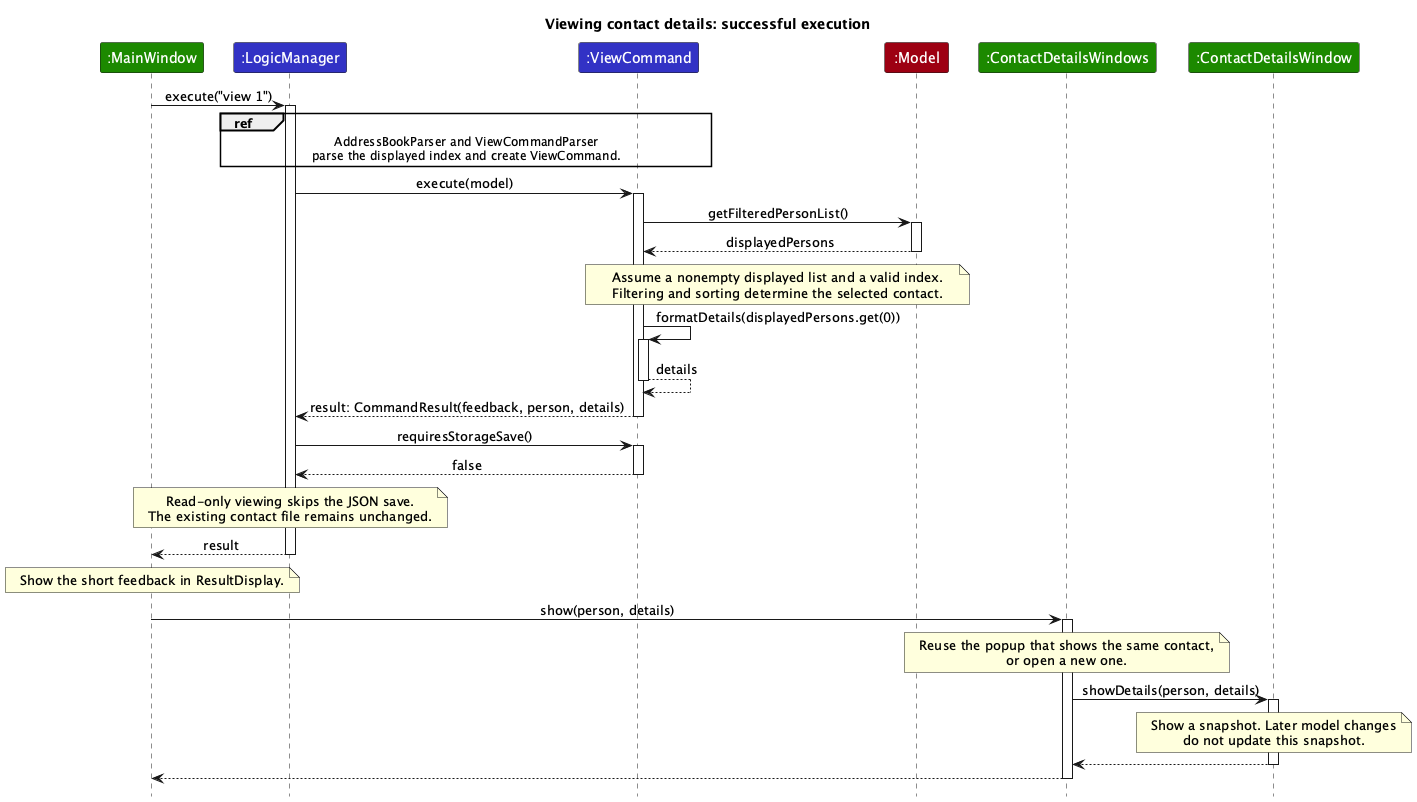
Above: docs/images/ViewContactSequenceDiagram.png in AY2627S1-CS2103T-W10-1/tp (PlantUML), before the change.
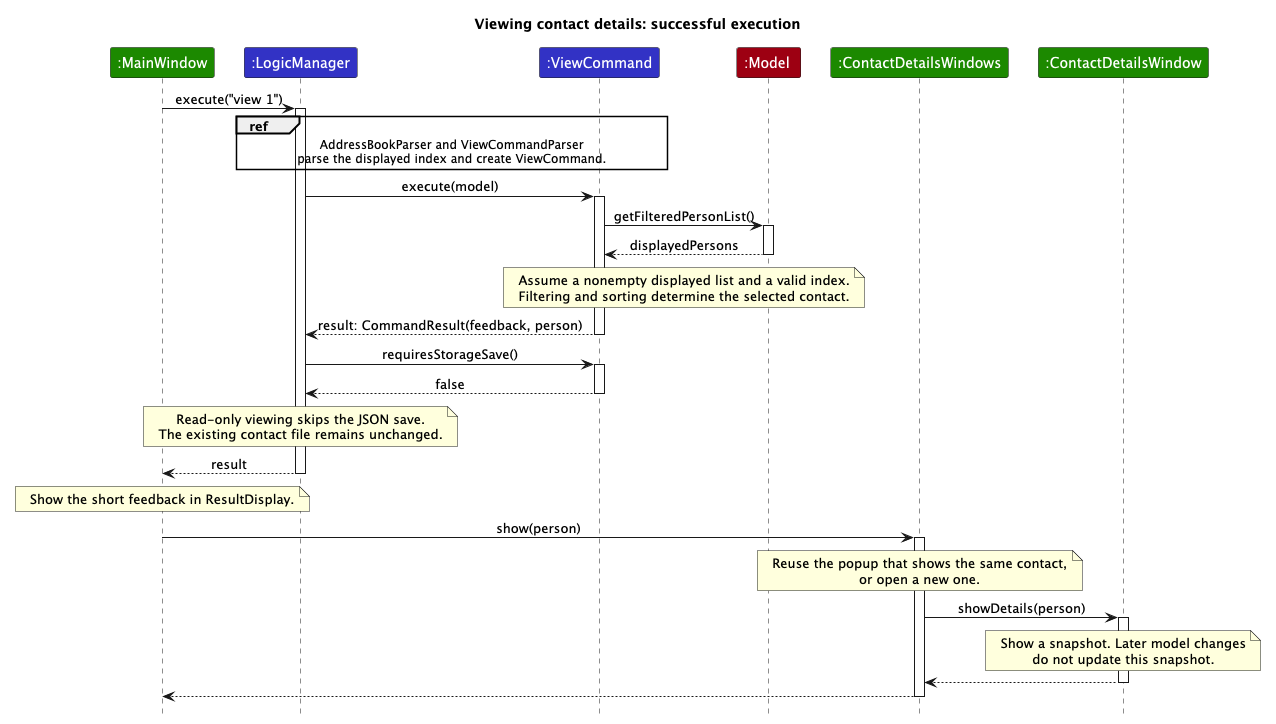
Above is the later version.

Commit message:
Document the Person-based contact details flow

Update the Developer Guide and viewing sequence diagram to show
Person passing directly to the details UI.

Explain how field presence controls missing-value styling and how
the panel generates accessible text.

Diff of the diagram source:
```diff
@@ -27,11 +27,7 @@
 Assume a nonempty displayed list and a valid index.
 Filtering and sorting determine the selected contact.
 end note
-ViewCommand -> ViewCommand : formatDetails(displayedPersons.get(0))
-activate ViewCommand
-ViewCommand --> ViewCommand : details
-deactivate ViewCommand
-ViewCommand --> LogicManager : result: CommandResult(feedback, person, details)
+ViewCommand --> LogicManager : result: CommandResult(feedback, person)
 deactivate ViewCommand
 
 LogicManager -> ViewCommand : requiresStorageSave()
@@ -48,13 +44,13 @@
 note over MainWindow
 Show the short feedback in ResultDisplay.
 end note
-MainWindow -> Popups : show(person, details)
+MainWindow -> Popups : show(person)
 activate Popups
 note over Popups
 Reuse the popup that shows the same contact,
 or open a new one.
 end note
-Popups -> DetailsWindow : showDetails(person, details)
+Popups -> DetailsWindow : showDetails(person)
 activate DetailsWindow
 note over DetailsWindow
 Show a snapshot. Later model changes
```
